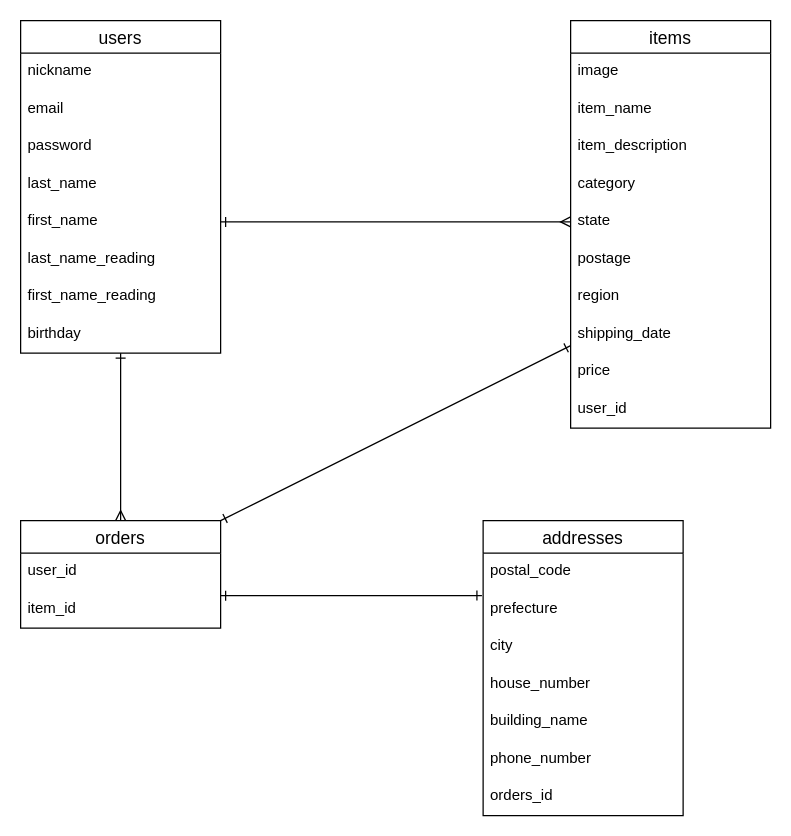
The draw.io diagram furima.dio in nishitaku8338/furima-34000, before the edit. Source tidied: cells renumbered, new cells numbered last; positions are measured from the earlier drawing's top-left corner, leaving out a move shared by most shapes. Both pictures are drawn from the tidied source at 125%, with x=0, y=0 at pixel (20, 20).
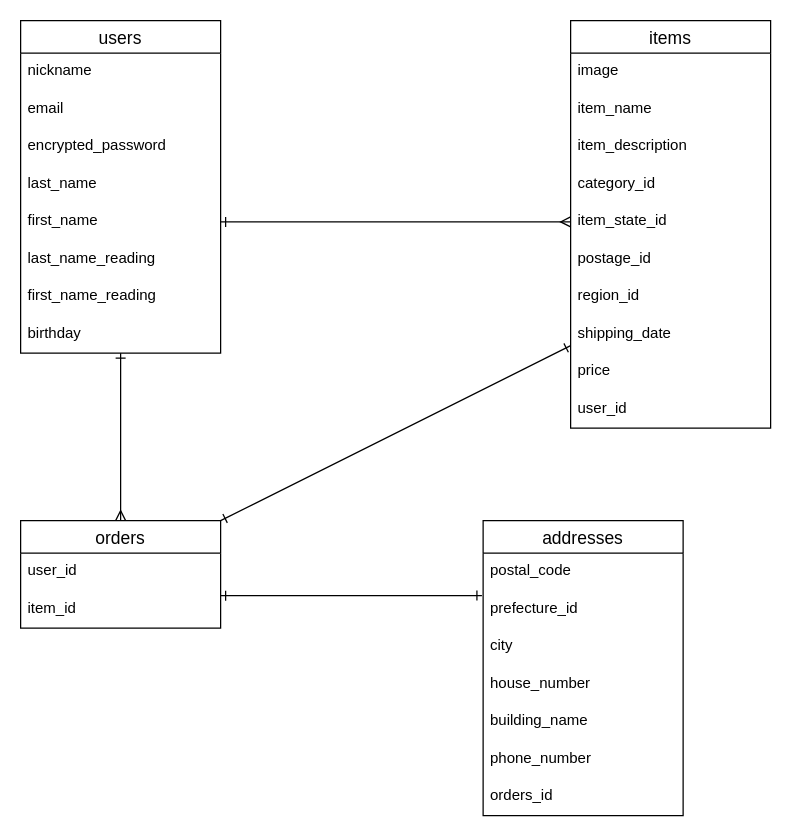
After the change.

Commit message:
ER図最新に修正

Unchanged cells that the change refers to:
```xml
<mxCell id="4" value="users" style="swimlane;fontStyle=0;horizontal=1;startSize=26;align=center;fontSize=14;shadow=0;fillColor=none;gradientColor=none;" parent="3" vertex="1">
  <mxGeometry width="160" height="266" as="geometry" />
</mxCell>
<mxCell id="13" value="items" style="swimlane;fontStyle=0;horizontal=1;startSize=26;align=center;fontSize=14;shadow=0;fillColor=none;gradientColor=none;" parent="3" vertex="1">
  <mxGeometry x="440" width="160" height="326" as="geometry" />
</mxCell>
<mxCell id="27" value="addresses" style="swimlane;fontStyle=0;horizontal=1;startSize=26;align=center;fontSize=14;shadow=0;fillColor=none;gradientColor=none;" parent="3" vertex="1">
  <mxGeometry x="370" y="400" width="160" height="236" as="geometry" />
</mxCell>
```

Change to the diagram source:
```diff
@@
-    <mxCell id="7" value="password" style="text;strokeColor=none;fillColor=none;spacingLeft=4;spacingRight=4;overflow=hidden;fontSize=12;labelBorderColor=none;" parent="4" vertex="1">
+    <mxCell id="7" value="encrypted_password" style="text;strokeColor=none;fillColor=none;spacingLeft=4;spacingRight=4;overflow=hidden;fontSize=12;labelBorderColor=none;" parent="4" vertex="1">
       <mxGeometry y="86" width="160" height="30" as="geometry" />
     </mxCell>
@@
-    <mxCell id="17" value="category" style="text;strokeColor=none;fillColor=none;spacingLeft=4;spacingRight=4;overflow=hidden;fontSize=12;" parent="13" vertex="1">
+    <mxCell id="17" value="category_id" style="text;strokeColor=none;fillColor=none;spacingLeft=4;spacingRight=4;overflow=hidden;fontSize=12;" parent="13" vertex="1">
       <mxGeometry y="116" width="160" height="30" as="geometry" />
     </mxCell>
-    <mxCell id="18" value="state" style="text;strokeColor=none;fillColor=none;spacingLeft=4;spacingRight=4;overflow=hidden;points=[[0,0.5],[1,0.5]];portConstraint=eastwest;fontSize=12;" parent="13" vertex="1">
+    <mxCell id="18" value="item_state_id" style="text;strokeColor=none;fillColor=none;spacingLeft=4;spacingRight=4;overflow=hidden;points=[[0,0.5],[1,0.5]];portConstraint=eastwest;fontSize=12;" parent="13" vertex="1">
       <mxGeometry y="146" width="160" height="30" as="geometry" />
     </mxCell>
-    <mxCell id="19" value="postage" style="text;strokeColor=none;fillColor=none;spacingLeft=4;spacingRight=4;overflow=hidden;fontSize=12;" parent="13" vertex="1">
+    <mxCell id="19" value="postage_id" style="text;strokeColor=none;fillColor=none;spacingLeft=4;spacingRight=4;overflow=hidden;fontSize=12;" parent="13" vertex="1">
       <mxGeometry y="176" width="160" height="30" as="geometry" />
     </mxCell>
-    <mxCell id="20" value="region" style="text;strokeColor=none;fillColor=none;spacingLeft=4;spacingRight=4;overflow=hidden;fontSize=12;" parent="13" vertex="1">
+    <mxCell id="20" value="region_id" style="text;strokeColor=none;fillColor=none;spacingLeft=4;spacingRight=4;overflow=hidden;fontSize=12;" parent="13" vertex="1">
       <mxGeometry y="206" width="160" height="30" as="geometry" />
     </mxCell>
@@
-    <mxCell id="29" value="prefecture" style="text;strokeColor=none;fillColor=none;spacingLeft=4;spacingRight=4;overflow=hidden;points=[[0,0.5],[1,0.5]];portConstraint=eastwest;fontSize=12;" parent="27" vertex="1">
+    <mxCell id="29" value="prefecture_id" style="text;strokeColor=none;fillColor=none;spacingLeft=4;spacingRight=4;overflow=hidden;points=[[0,0.5],[1,0.5]];portConstraint=eastwest;fontSize=12;" parent="27" vertex="1">
       <mxGeometry y="56" width="160" height="30" as="geometry" />
     </mxCell>
```
